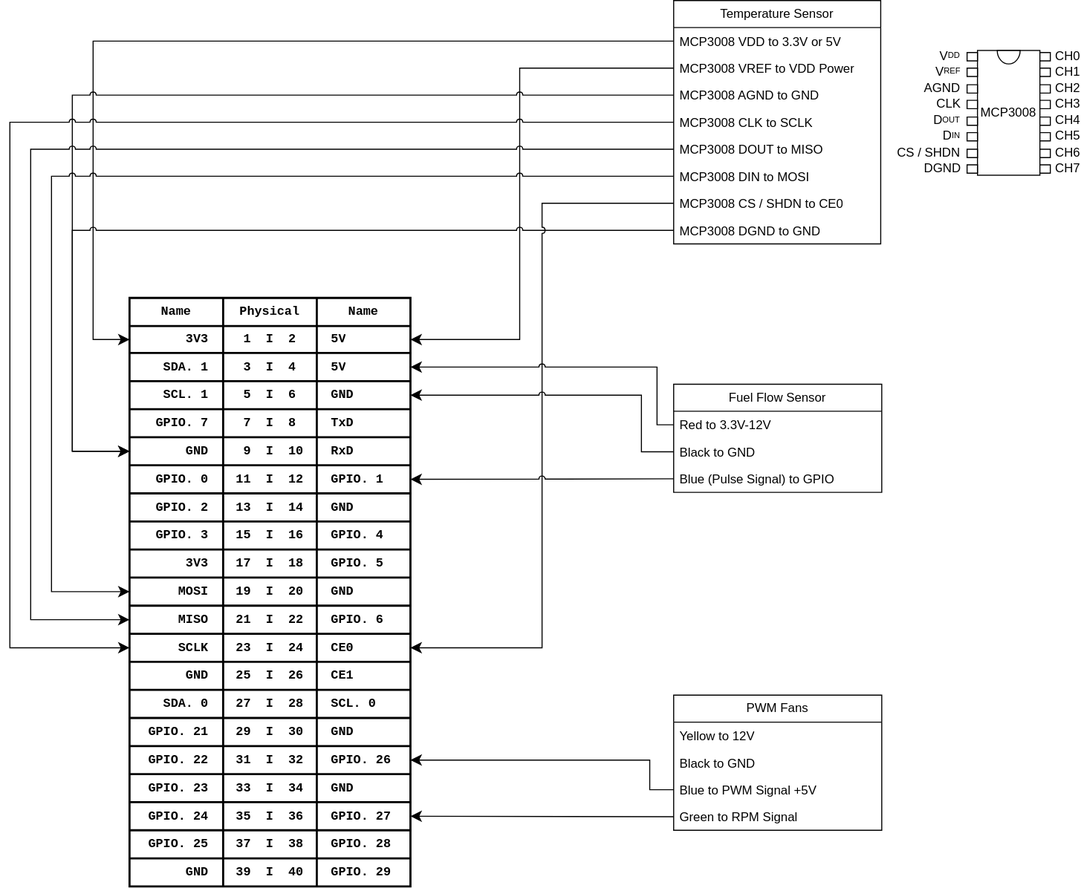
Above: Pi_Pin_Layout.drawio.svg in uniqueident/Baja-2025 (draw.io), before the change. Source tidied: cells renumbered, new cells last; positions are measured from the earlier drawing's top-left corner, leaving out a move shared by most shapes.
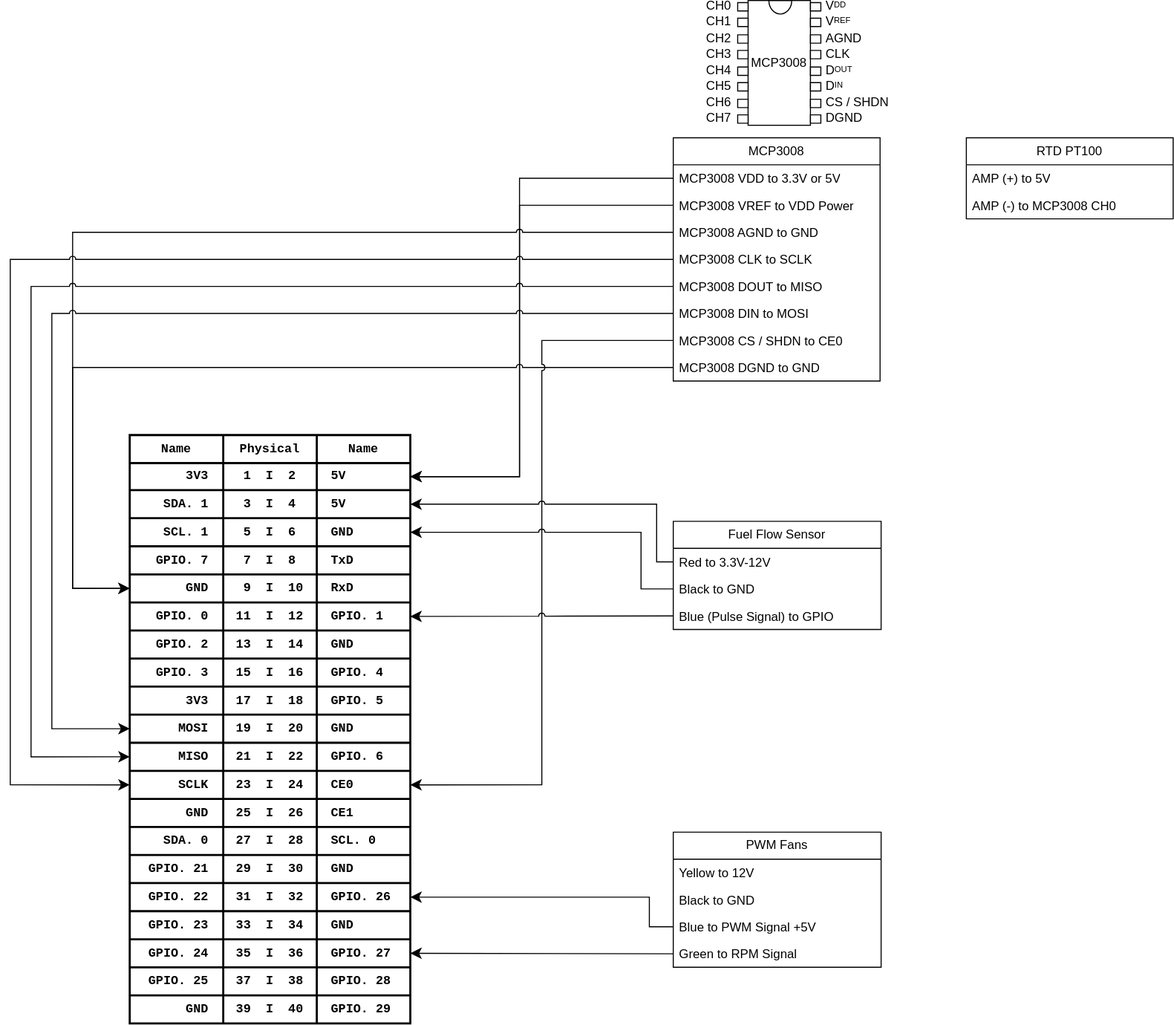
After the commit.

Commit message:
Updated Wiring Diagram

The edit, as a diff of the source:
```diff
@@ -14,7 +14,7 @@
     <mxCell id="5" value="Blue (Pulse Signal) to GPIO" style="text;strokeColor=none;fillColor=none;align=left;verticalAlign=top;spacingLeft=4;spacingRight=4;overflow=hidden;points=[[0,0.5],[1,0.5]];portConstraint=eastwest;whiteSpace=wrap;html=1;" parent="2" vertex="1">
       <mxGeometry y="78" width="200" height="26" as="geometry" />
     </mxCell>
-    <mxCell id="6" value="Temperature Sensor" style="swimlane;fontStyle=0;horizontal=1;startSize=26;fillColor=none;whiteSpace=wrap;html=1;" parent="1" vertex="1">
+    <mxCell id="6" value="MCP3008" style="swimlane;fontStyle=0;horizontal=1;startSize=26;fillColor=none;whiteSpace=wrap;html=1;" parent="1" vertex="1">
       <mxGeometry x="638" width="199" height="234" as="geometry" />
     </mxCell>
     <mxCell id="7" value="MCP3008 VDD to 3.3V or 5V" style="text;strokeColor=none;fillColor=none;align=left;verticalAlign=top;spacingLeft=4;spacingRight=4;overflow=hidden;points=[[0,0.5],[1,0.5]];portConstraint=eastwest;whiteSpace=wrap;html=1;" parent="6" vertex="1">
@@ -296,11 +296,11 @@
     <mxCell id="99" value="GPIO. 29" style="shape=partialRectangle;html=1;whiteSpace=wrap;fillColor=none;top=0;left=0;bottom=0;right=0;overflow=hidden;fontFamily=Courier New;align=left;spacingLeft=12;fontStyle=1;" parent="96" vertex="1">
       <mxGeometry x="180" width="90" height="27" as="geometry" />
     </mxCell>
-    <mxCell id="100" style="edgeStyle=orthogonalEdgeStyle;rounded=0;jettySize=auto;html=1;entryX=0;entryY=0.5;entryDx=0;entryDy=0;fontSize=12;startSize=8;endSize=8;exitX=0;exitY=0.5;exitDx=0;exitDy=0;flowAnimation=0;shadow=0;jumpStyle=arc;" parent="1" edge="1" source="7" target="20">
+    <mxCell id="100" style="edgeStyle=orthogonalEdgeStyle;rounded=0;jettySize=auto;html=1;entryX=1;entryY=0.5;entryDx=0;entryDy=0;fontSize=12;startSize=8;endSize=8;exitX=0;exitY=0.5;exitDx=0;exitDy=0;flowAnimation=0;shadow=0;jumpStyle=arc;" parent="1" edge="1" source="7" target="20">
       <mxGeometry relative="1" as="geometry">
         <Array as="points">
-          <mxPoint x="80" y="39" />
-          <mxPoint x="80" y="326" />
+          <mxPoint x="490" y="39" />
+          <mxPoint x="490" y="326" />
         </Array>
       </mxGeometry>
     </mxCell>
@@ -405,62 +405,71 @@
         </Array>
       </mxGeometry>
     </mxCell>
-    <mxCell id="118" style="group;flipH=1;" parent="1" vertex="1">
-      <mxGeometry x="920" y="48" width="80" height="120" as="geometry" />
-    </mxCell>
+    <mxCell id="137" style="group;rotation=0;" parent="1" vertex="1">
+      <mxGeometry x="700" y="-132" width="80" height="120" as="geometry" />
+    </mxCell>
-    <mxCell id="119" value="MCP3008" style="whiteSpace=wrap;html=1;rotation=90;flipV=0;horizontal=0;" parent="118" vertex="1">
+    <mxCell id="119" value="MCP3008" style="whiteSpace=wrap;html=1;rotation=90;flipV=0;horizontal=0;" parent="137" vertex="1">
       <mxGeometry x="-20" y="30" width="120" height="60" as="geometry" />
     </mxCell>
-    <mxCell id="120" style="verticalLabelPosition=bottom;verticalAlign=top;html=1;shape=mxgraph.basic.half_circle;rotation=0;" parent="118" vertex="1">
-      <mxGeometry x="29" width="22" height="13" as="geometry" />
+    <mxCell id="120" style="verticalLabelPosition=bottom;verticalAlign=top;html=1;shape=mxgraph.basic.half_circle;rotation=0;" parent="137" vertex="1">
+      <mxGeometry x="30" width="22" height="13" as="geometry" />
     </mxCell>
-    <mxCell id="121" value="&lt;div style=&quot;line-height: 100%;&quot;&gt;V&lt;font style=&quot;font-size: 8px; line-height: 100%;&quot;&gt;DD&lt;/font&gt;&lt;/div&gt;" style="verticalLabelPosition=top;verticalAlign=bottom;html=1;shape=mxgraph.basic.rect;fillColor2=none;strokeWidth=1;size=3.84;indent=5;rotation=-90;labelPosition=center;align=center;horizontal=1;textDirection=vertical-lr;spacing=0;spacingLeft=0;spacingRight=0;spacingBottom=-4;" parent="118" vertex="1">
-      <mxGeometry x="1" y="1" width="8" height="10" as="geometry" />
+    <mxCell id="121" value="&lt;div style=&quot;line-height: 100%;&quot;&gt;V&lt;font style=&quot;font-size: 8px; line-height: 100%;&quot;&gt;DD&lt;/font&gt;&lt;/div&gt;" style="verticalLabelPosition=bottom;verticalAlign=top;html=1;shape=mxgraph.basic.rect;fillColor2=none;strokeWidth=1;size=3.84;indent=5;rotation=-90;labelPosition=center;align=center;horizontal=1;textDirection=vertical-lr;spacing=0;spacingLeft=0;spacingRight=0;spacingBottom=-4;" parent="137" vertex="1">
+      <mxGeometry x="71" y="1" width="8" height="10" as="geometry" />
     </mxCell>
-    <mxCell id="122" value="&lt;div style=&quot;line-height: 100%;&quot;&gt;V&lt;span style=&quot;font-size: 8px;&quot;&gt;REF&lt;/span&gt;&lt;/div&gt;" style="verticalLabelPosition=top;verticalAlign=bottom;html=1;shape=mxgraph.basic.rect;fillColor2=none;strokeWidth=1;size=3.84;indent=5;rotation=-90;labelPosition=center;align=center;horizontal=1;textDirection=vertical-lr;spacing=0;spacingLeft=0;spacingRight=0;spacingBottom=-4;" parent="118" vertex="1">
-      <mxGeometry x="1" y="16" width="8" height="10" as="geometry" />
+    <mxCell id="122" value="&lt;div style=&quot;line-height: 100%;&quot;&gt;V&lt;span style=&quot;font-size: 8px;&quot;&gt;REF&lt;/span&gt;&lt;/div&gt;" style="verticalLabelPosition=bottom;verticalAlign=top;html=1;shape=mxgraph.basic.rect;fillColor2=none;strokeWidth=1;size=3.84;indent=5;rotation=-90;labelPosition=center;align=center;horizontal=1;textDirection=vertical-lr;spacing=0;spacingLeft=0;spacingRight=0;spacingBottom=-4;" parent="137" vertex="1">
+      <mxGeometry x="71" y="16" width="8" height="10" as="geometry" />
     </mxCell>
-    <mxCell id="123" value="&lt;div style=&quot;line-height: 100%;&quot;&gt;AGND&lt;/div&gt;" style="verticalLabelPosition=top;verticalAlign=bottom;html=1;shape=mxgraph.basic.rect;fillColor2=none;strokeWidth=1;size=3.84;indent=5;rotation=-90;labelPosition=center;align=center;horizontal=1;textDirection=vertical-lr;spacing=0;spacingLeft=0;spacingRight=0;spacingBottom=-4;" parent="118" vertex="1">
-      <mxGeometry x="1" y="32" width="8" height="10" as="geometry" />
+    <mxCell id="123" value="&lt;div style=&quot;line-height: 100%;&quot;&gt;AGND&lt;/div&gt;" style="verticalLabelPosition=bottom;verticalAlign=top;html=1;shape=mxgraph.basic.rect;fillColor2=none;strokeWidth=1;size=3.84;indent=5;rotation=-90;labelPosition=center;align=center;horizontal=1;textDirection=vertical-lr;spacing=0;spacingLeft=0;spacingRight=0;spacingBottom=-4;" parent="137" vertex="1">
+      <mxGeometry x="71" y="32" width="8" height="10" as="geometry" />
     </mxCell>
-    <mxCell id="124" value="&lt;div style=&quot;line-height: 100%;&quot;&gt;CLK&lt;/div&gt;" style="verticalLabelPosition=top;verticalAlign=bottom;html=1;shape=mxgraph.basic.rect;fillColor2=none;strokeWidth=1;size=3.84;indent=5;rotation=-90;labelPosition=center;align=center;horizontal=1;textDirection=vertical-lr;spacing=0;spacingLeft=0;spacingRight=0;spacingBottom=-4;" parent="118" vertex="1">
-      <mxGeometry x="1" y="47" width="8" height="10" as="geometry" />
+    <mxCell id="124" value="&lt;div style=&quot;line-height: 100%;&quot;&gt;CLK&lt;/div&gt;" style="verticalLabelPosition=bottom;verticalAlign=top;html=1;shape=mxgraph.basic.rect;fillColor2=none;strokeWidth=1;size=3.84;indent=5;rotation=-90;labelPosition=center;align=center;horizontal=1;textDirection=vertical-lr;spacing=0;spacingLeft=0;spacingRight=0;spacingBottom=-4;" parent="137" vertex="1">
+      <mxGeometry x="71" y="47" width="8" height="10" as="geometry" />
     </mxCell>
-    <mxCell id="125" value="&lt;div style=&quot;line-height: 100%;&quot;&gt;DGND&lt;/div&gt;" style="verticalLabelPosition=top;verticalAlign=bottom;html=1;shape=mxgraph.basic.rect;fillColor2=none;strokeWidth=1;size=3.84;indent=5;rotation=-90;labelPosition=center;align=center;horizontal=1;textDirection=vertical-lr;spacing=0;spacingLeft=0;spacingRight=0;spacingBottom=-4;" parent="118" vertex="1">
-      <mxGeometry x="1" y="109" width="8" height="10" as="geometry" />
+    <mxCell id="125" value="&lt;div style=&quot;line-height: 100%;&quot;&gt;DGND&lt;/div&gt;" style="verticalLabelPosition=bottom;verticalAlign=top;html=1;shape=mxgraph.basic.rect;fillColor2=none;strokeWidth=1;size=3.84;indent=5;rotation=-90;labelPosition=center;align=center;horizontal=1;textDirection=vertical-lr;spacing=0;spacingLeft=0;spacingRight=0;spacingBottom=-4;" parent="137" vertex="1">
+      <mxGeometry x="71" y="109" width="8" height="10" as="geometry" />
     </mxCell>
-    <mxCell id="126" value="&lt;div style=&quot;line-height: 100%;&quot;&gt;D&lt;span style=&quot;font-size: 8px;&quot;&gt;OUT&lt;/span&gt;&lt;/div&gt;" style="verticalLabelPosition=top;verticalAlign=bottom;html=1;shape=mxgraph.basic.rect;fillColor2=none;strokeWidth=1;size=3.84;indent=5;rotation=-90;labelPosition=center;align=center;horizontal=1;textDirection=vertical-lr;spacing=0;spacingLeft=0;spacingRight=0;spacingBottom=-4;" parent="118" vertex="1">
-      <mxGeometry x="1" y="63" width="8" height="10" as="geometry" />
+    <mxCell id="126" value="&lt;div style=&quot;line-height: 100%;&quot;&gt;D&lt;span style=&quot;font-size: 8px;&quot;&gt;OUT&lt;/span&gt;&lt;/div&gt;" style="verticalLabelPosition=bottom;verticalAlign=top;html=1;shape=mxgraph.basic.rect;fillColor2=none;strokeWidth=1;size=3.84;indent=5;rotation=-90;labelPosition=center;align=center;horizontal=1;textDirection=vertical-lr;spacing=0;spacingLeft=0;spacingRight=0;spacingBottom=-4;" parent="137" vertex="1">
+      <mxGeometry x="71" y="63" width="8" height="10" as="geometry" />
     </mxCell>
-    <mxCell id="127" value="&lt;div style=&quot;line-height: 100%;&quot;&gt;D&lt;font style=&quot;font-size: 8px; line-height: 100%;&quot;&gt;IN&lt;/font&gt;&lt;/div&gt;" style="verticalLabelPosition=top;verticalAlign=bottom;html=1;shape=mxgraph.basic.rect;fillColor2=none;strokeWidth=1;size=3.84;indent=5;rotation=-90;labelPosition=center;align=center;horizontal=1;textDirection=vertical-lr;spacing=0;spacingLeft=0;spacingRight=0;spacingBottom=-4;" parent="118" vertex="1">
-      <mxGeometry x="1" y="78" width="8" height="10" as="geometry" />
+    <mxCell id="127" value="&lt;div style=&quot;line-height: 100%;&quot;&gt;D&lt;font style=&quot;font-size: 8px; line-height: 100%;&quot;&gt;IN&lt;/font&gt;&lt;/div&gt;" style="verticalLabelPosition=bottom;verticalAlign=top;html=1;shape=mxgraph.basic.rect;fillColor2=none;strokeWidth=1;size=3.84;indent=5;rotation=-90;labelPosition=center;align=center;horizontal=1;textDirection=vertical-lr;spacing=0;spacingLeft=0;spacingRight=0;spacingBottom=-4;" parent="137" vertex="1">
+      <mxGeometry x="71" y="78" width="8" height="10" as="geometry" />
     </mxCell>
-    <mxCell id="128" value="&lt;div style=&quot;line-height: 100%;&quot;&gt;CS / SHDN&lt;/div&gt;" style="verticalLabelPosition=top;verticalAlign=bottom;html=1;shape=mxgraph.basic.rect;fillColor2=none;strokeWidth=1;size=3.84;indent=5;rotation=-90;labelPosition=center;align=center;horizontal=1;textDirection=vertical-lr;spacing=0;spacingLeft=0;spacingRight=0;spacingBottom=-4;" parent="118" vertex="1">
-      <mxGeometry x="1" y="94" width="8" height="10" as="geometry" />
+    <mxCell id="128" value="&lt;div style=&quot;line-height: 100%;&quot;&gt;CS / SHDN&lt;/div&gt;" style="verticalLabelPosition=bottom;verticalAlign=top;html=1;shape=mxgraph.basic.rect;fillColor2=none;strokeWidth=1;size=3.84;indent=5;rotation=-90;labelPosition=center;align=center;horizontal=1;textDirection=vertical-lr;spacing=0;spacingLeft=0;spacingRight=0;spacingBottom=-4;" parent="137" vertex="1">
+      <mxGeometry x="71" y="94" width="8" height="10" as="geometry" />
     </mxCell>
-    <mxCell id="129" value="&lt;div style=&quot;line-height: 100%;&quot;&gt;CH0&lt;/div&gt;" style="verticalLabelPosition=bottom;verticalAlign=top;html=1;shape=mxgraph.basic.rect;fillColor2=none;strokeWidth=1;size=3.84;indent=5;rotation=-90;labelPosition=center;align=center;horizontal=1;textDirection=vertical-lr;spacing=0;" parent="118" vertex="1">
-      <mxGeometry x="71" y="1" width="8" height="10" as="geometry" />
+    <mxCell id="129" value="&lt;div style=&quot;line-height: 100%;&quot;&gt;CH0&lt;/div&gt;" style="verticalLabelPosition=top;verticalAlign=bottom;html=1;shape=mxgraph.basic.rect;fillColor2=none;strokeWidth=1;size=3.84;indent=5;rotation=-90;labelPosition=center;align=center;horizontal=1;textDirection=vertical-lr;spacing=0;spacingBottom=-4;" parent="137" vertex="1">
+      <mxGeometry x="1" y="1" width="8" height="10" as="geometry" />
     </mxCell>
-    <mxCell id="130" value="&lt;div style=&quot;line-height: 100%;&quot;&gt;CH1&lt;/div&gt;" style="verticalLabelPosition=bottom;verticalAlign=top;html=1;shape=mxgraph.basic.rect;fillColor2=none;strokeWidth=1;size=3.84;indent=5;rotation=-90;labelPosition=center;align=center;horizontal=1;textDirection=vertical-lr;spacing=0;" parent="118" vertex="1">
-      <mxGeometry x="71" y="16" width="8" height="10" as="geometry" />
+    <mxCell id="130" value="&lt;div style=&quot;line-height: 100%;&quot;&gt;CH1&lt;/div&gt;" style="verticalLabelPosition=top;verticalAlign=bottom;html=1;shape=mxgraph.basic.rect;fillColor2=none;strokeWidth=1;size=3.84;indent=5;rotation=-90;labelPosition=center;align=center;horizontal=1;textDirection=vertical-lr;spacing=0;spacingBottom=-4;" parent="137" vertex="1">
+      <mxGeometry x="1" y="16" width="8" height="10" as="geometry" />
     </mxCell>
-    <mxCell id="131" value="&lt;div style=&quot;line-height: 100%;&quot;&gt;CH2&lt;/div&gt;" style="verticalLabelPosition=bottom;verticalAlign=top;html=1;shape=mxgraph.basic.rect;fillColor2=none;strokeWidth=1;size=3.84;indent=5;rotation=-90;labelPosition=center;align=center;horizontal=1;textDirection=vertical-lr;spacing=0;" parent="118" vertex="1">
-      <mxGeometry x="71" y="32" width="8" height="10" as="geometry" />
+    <mxCell id="131" value="&lt;div style=&quot;line-height: 100%;&quot;&gt;CH2&lt;/div&gt;" style="verticalLabelPosition=top;verticalAlign=bottom;html=1;shape=mxgraph.basic.rect;fillColor2=none;strokeWidth=1;size=3.84;indent=5;rotation=-90;labelPosition=center;align=center;horizontal=1;textDirection=vertical-lr;spacing=0;spacingBottom=-4;" parent="137" vertex="1">
+      <mxGeometry x="1" y="32" width="8" height="10" as="geometry" />
     </mxCell>
-    <mxCell id="132" value="&lt;div style=&quot;line-height: 100%;&quot;&gt;CH3&lt;/div&gt;" style="verticalLabelPosition=bottom;verticalAlign=top;html=1;shape=mxgraph.basic.rect;fillColor2=none;strokeWidth=1;size=3.84;indent=5;rotation=-90;labelPosition=center;align=center;horizontal=1;textDirection=vertical-lr;spacing=0;" parent="118" vertex="1">
-      <mxGeometry x="71" y="47" width="8" height="10" as="geometry" />
+    <mxCell id="132" value="&lt;div style=&quot;line-height: 100%;&quot;&gt;CH3&lt;/div&gt;" style="verticalLabelPosition=top;verticalAlign=bottom;html=1;shape=mxgraph.basic.rect;fillColor2=none;strokeWidth=1;size=3.84;indent=5;rotation=-90;labelPosition=center;align=center;horizontal=1;textDirection=vertical-lr;spacing=0;spacingBottom=-4;" parent="137" vertex="1">
+      <mxGeometry x="1" y="47" width="8" height="10" as="geometry" />
     </mxCell>
-    <mxCell id="133" value="&lt;div style=&quot;line-height: 100%;&quot;&gt;CH7&lt;/div&gt;" style="verticalLabelPosition=bottom;verticalAlign=top;html=1;shape=mxgraph.basic.rect;fillColor2=none;strokeWidth=1;size=3.84;indent=5;rotation=-90;labelPosition=center;align=center;horizontal=1;textDirection=vertical-lr;spacing=0;" parent="118" vertex="1">
-      <mxGeometry x="71" y="109" width="8" height="10" as="geometry" />
+    <mxCell id="133" value="&lt;div style=&quot;line-height: 100%;&quot;&gt;CH7&lt;/div&gt;" style="verticalLabelPosition=top;verticalAlign=bottom;html=1;shape=mxgraph.basic.rect;fillColor2=none;strokeWidth=1;size=3.84;indent=5;rotation=-90;labelPosition=center;align=center;horizontal=1;textDirection=vertical-lr;spacing=0;spacingBottom=-4;" parent="137" vertex="1">
+      <mxGeometry x="1" y="109" width="8" height="10" as="geometry" />
     </mxCell>
-    <mxCell id="134" value="&lt;div style=&quot;line-height: 100%;&quot;&gt;CH4&lt;/div&gt;" style="verticalLabelPosition=bottom;verticalAlign=top;html=1;shape=mxgraph.basic.rect;fillColor2=none;strokeWidth=1;size=3.84;indent=5;rotation=-90;labelPosition=center;align=center;horizontal=1;textDirection=vertical-lr;spacing=0;" parent="118" vertex="1">
-      <mxGeometry x="71" y="63" width="8" height="10" as="geometry" />
+    <mxCell id="134" value="&lt;div style=&quot;line-height: 100%;&quot;&gt;CH4&lt;/div&gt;" style="verticalLabelPosition=top;verticalAlign=bottom;html=1;shape=mxgraph.basic.rect;fillColor2=none;strokeWidth=1;size=3.84;indent=5;rotation=-90;labelPosition=center;align=center;horizontal=1;textDirection=vertical-lr;spacing=0;spacingBottom=-4;" parent="137" vertex="1">
+      <mxGeometry x="1" y="63" width="8" height="10" as="geometry" />
     </mxCell>
-    <mxCell id="135" value="&lt;div style=&quot;line-height: 100%;&quot;&gt;CH5&lt;/div&gt;" style="verticalLabelPosition=bottom;verticalAlign=top;html=1;shape=mxgraph.basic.rect;fillColor2=none;strokeWidth=1;size=3.84;indent=5;rotation=-90;labelPosition=center;align=center;horizontal=1;textDirection=vertical-lr;spacing=0;" parent="118" vertex="1">
-      <mxGeometry x="71" y="78" width="8" height="10" as="geometry" />
+    <mxCell id="135" value="&lt;div style=&quot;line-height: 100%;&quot;&gt;CH5&lt;/div&gt;" style="verticalLabelPosition=top;verticalAlign=bottom;html=1;shape=mxgraph.basic.rect;fillColor2=none;strokeWidth=1;size=3.84;indent=5;rotation=-90;labelPosition=center;align=center;horizontal=1;textDirection=vertical-lr;spacing=0;spacingBottom=-4;" parent="137" vertex="1">
+      <mxGeometry x="1" y="78" width="8" height="10" as="geometry" />
     </mxCell>
-    <mxCell id="136" value="&lt;div style=&quot;line-height: 100%;&quot;&gt;CH6&lt;/div&gt;" style="verticalLabelPosition=bottom;verticalAlign=top;html=1;shape=mxgraph.basic.rect;fillColor2=none;strokeWidth=1;size=3.84;indent=5;rotation=-90;labelPosition=center;align=center;horizontal=1;textDirection=vertical-lr;spacing=0;" parent="118" vertex="1">
-      <mxGeometry x="71" y="94" width="8" height="10" as="geometry" />
+    <mxCell id="136" value="&lt;div style=&quot;line-height: 100%;&quot;&gt;CH6&lt;/div&gt;" style="verticalLabelPosition=top;verticalAlign=bottom;html=1;shape=mxgraph.basic.rect;fillColor2=none;strokeWidth=1;size=3.84;indent=5;rotation=-90;labelPosition=center;align=center;horizontal=1;textDirection=vertical-lr;spacing=0;spacingBottom=-4;" parent="137" vertex="1">
+      <mxGeometry x="1" y="94" width="8" height="10" as="geometry" />
     </mxCell>
+    <mxCell id="138" value="RTD PT100" style="swimlane;fontStyle=0;horizontal=1;startSize=26;fillColor=none;whiteSpace=wrap;html=1;" parent="1" vertex="1">
+      <mxGeometry x="920" width="199" height="78" as="geometry" />
+    </mxCell>
+    <mxCell id="139" value="AMP (+) to 5V" style="text;strokeColor=none;fillColor=none;align=left;verticalAlign=top;spacingLeft=4;spacingRight=4;overflow=hidden;whiteSpace=wrap;html=1;" parent="138" vertex="1">
+      <mxGeometry y="26" width="199" height="26" as="geometry" />
+    </mxCell>
+    <mxCell id="140" value="AMP (-) to MCP3008 CH0" style="text;strokeColor=none;fillColor=none;align=left;verticalAlign=top;spacingLeft=4;spacingRight=4;overflow=hidden;whiteSpace=wrap;html=1;" parent="138" vertex="1">
+      <mxGeometry y="52" width="199" height="26" as="geometry" />
+    </mxCell>
   </root>
 </mxGraphModel>
```
